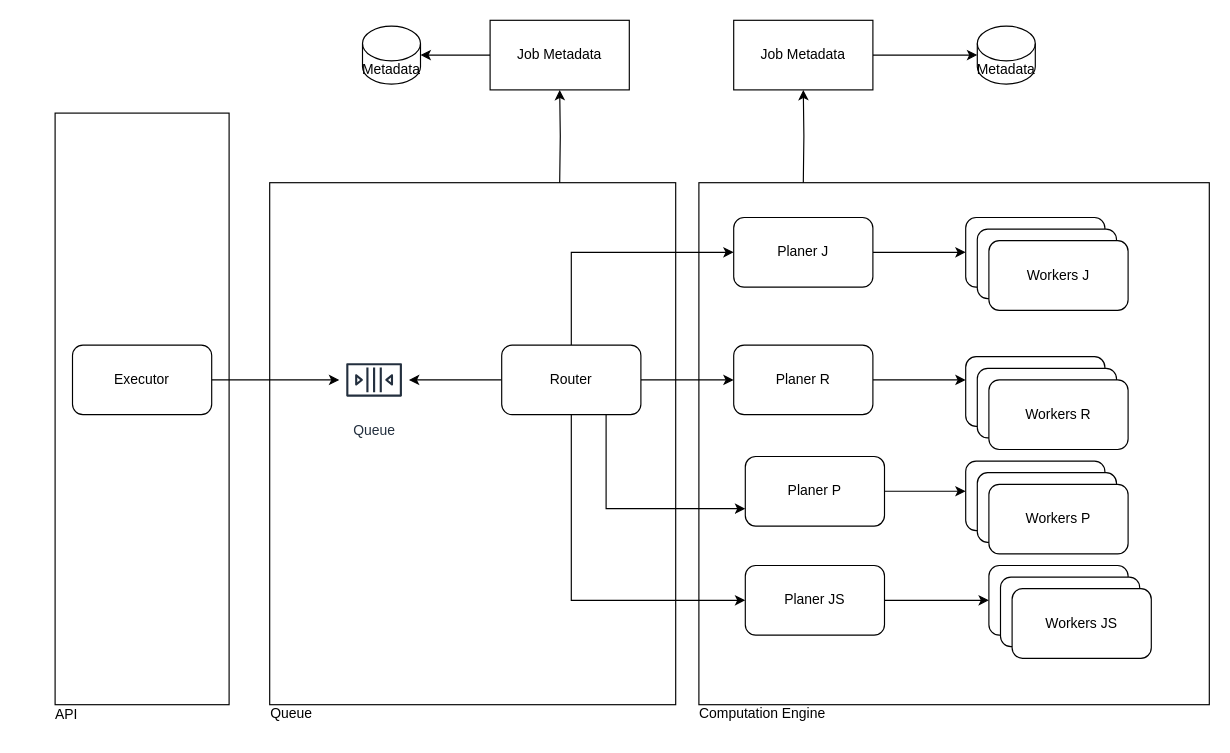
The draw.io diagram page "Page-1" (1 of 2) of docs/Arch.drawio in andrescosta/jobico-fn, before the edit. Source tidied: cells renumbered, new cells numbered last; positions are measured from the earlier drawing's top-left corner, leaving out a move shared by most shapes. Both pictures are drawn from the tidied source at 116%, with x=0, y=0 at pixel (20, 20).
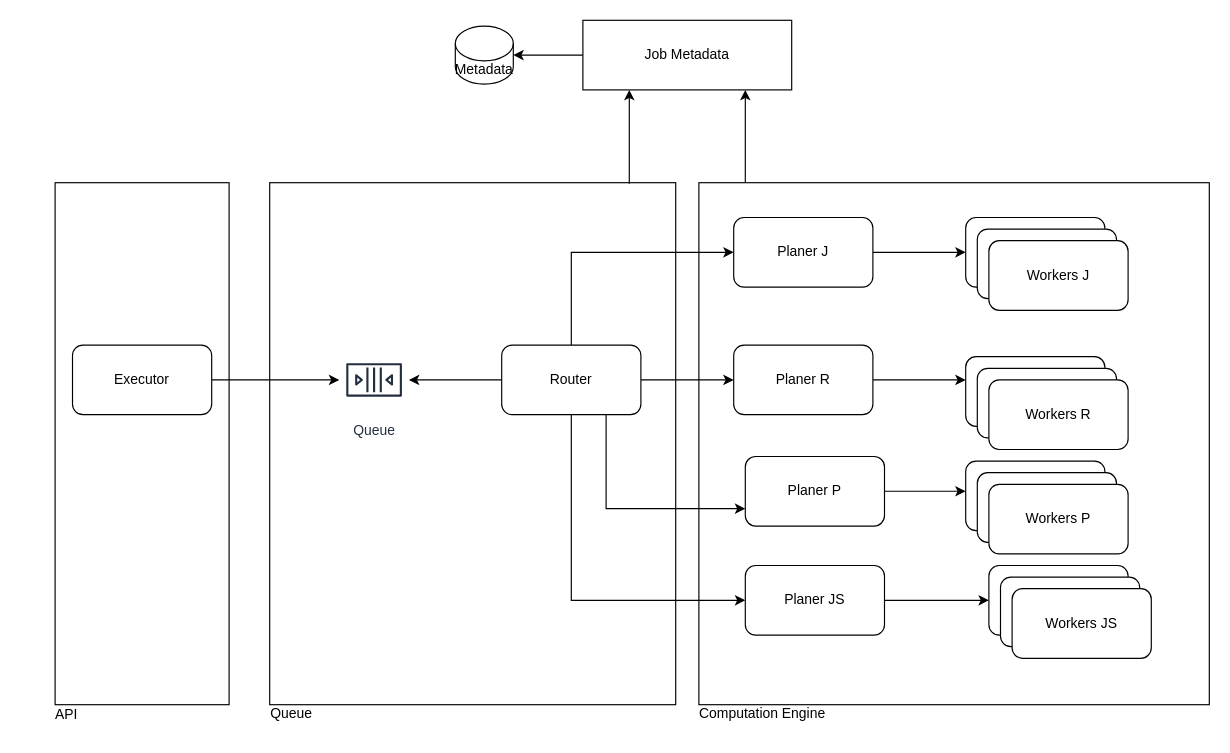
After the change.

Unchanged cells that the change refers to:
```xml
<mxCell id="4" style="rounded=0;whiteSpace=wrap;html=1;" parent="1" vertex="1">
  <mxGeometry x="585" y="140" width="440" height="450" as="geometry" />
</mxCell>
```

The edit, as a diff of the source:
```diff
@@
     <mxCell id="2" style="rounded=0;whiteSpace=wrap;html=1;" parent="1" vertex="1">
-      <mxGeometry x="30" y="80" width="150" height="510" as="geometry" />
+      <mxGeometry x="30" y="140" width="150" height="450" as="geometry" />
     </mxCell>
@@
+    <mxCell id="45" style="edgeStyle=orthogonalEdgeStyle;rounded=0;jettySize=auto;html=1;" parent="1" edge="1" source="4" target="43">
+      <mxGeometry relative="1" as="geometry">
+        <Array as="points">
+          <mxPoint x="625" y="120" />
+          <mxPoint x="625" y="120" />
+        </Array>
+      </mxGeometry>
+    </mxCell>
@@
-    <mxCell id="15" style="edgeStyle=orthogonalEdgeStyle;rounded=0;jettySize=auto;html=1;entryX=0.5;entryY=1;entryDx=0;entryDy=0;" parent="1" edge="1" target="39">
-      <mxGeometry relative="1" as="geometry">
-        <mxPoint x="675" y="140" as="sourcePoint" />
-      </mxGeometry>
-    </mxCell>
@@
-    <mxCell id="38" style="edgeStyle=orthogonalEdgeStyle;rounded=0;jettySize=auto;html=1;" parent="1" edge="1" target="40">
-      <mxGeometry relative="1" as="geometry">
-        <mxPoint x="735" y="30" as="sourcePoint" />
-        <Array as="points">
-          <mxPoint x="755" y="30" />
-          <mxPoint x="755" y="30" />
-        </Array>
-      </mxGeometry>
-    </mxCell>
-    <mxCell id="39" value="Job Metadata" style="rounded=0;whiteSpace=wrap;html=1;" parent="1" vertex="1">
-      <mxGeometry x="615" width="120" height="60" as="geometry" />
-    </mxCell>
-    <mxCell id="40" value="Metadata" style="shape=cylinder3;whiteSpace=wrap;html=1;boundedLbl=1;backgroundOutline=1;size=15;" parent="1" vertex="1">
-      <mxGeometry x="825" y="5" width="50" height="50" as="geometry" />
-    </mxCell>
-    <mxCell id="41" style="edgeStyle=orthogonalEdgeStyle;rounded=0;jettySize=auto;html=1;entryX=0.5;entryY=1;entryDx=0;entryDy=0;" parent="1" edge="1" target="43">
-      <mxGeometry relative="1" as="geometry">
-        <mxPoint x="465" y="140" as="sourcePoint" />
-      </mxGeometry>
-    </mxCell>
@@
     <mxCell id="43" value="Job Metadata" style="rounded=0;whiteSpace=wrap;html=1;" parent="1" vertex="1">
-      <mxGeometry x="405" width="120" height="60" as="geometry" />
+      <mxGeometry x="485" width="180" height="60" as="geometry" />
     </mxCell>
     <mxCell id="44" value="Metadata" style="shape=cylinder3;whiteSpace=wrap;html=1;boundedLbl=1;backgroundOutline=1;size=15;" parent="1" vertex="1">
-      <mxGeometry x="295" y="5" width="50" height="50" as="geometry" />
+      <mxGeometry x="375" y="5" width="50" height="50" as="geometry" />
     </mxCell>
+    <mxCell id="46" style="edgeStyle=orthogonalEdgeStyle;rounded=0;orthogonalLoop=1;jettySize=auto;html=1;entryX=0.389;entryY=0.983;entryDx=0;entryDy=0;entryPerimeter=0;" parent="1" edge="1">
+      <mxGeometry relative="1" as="geometry">
+        <mxPoint x="525" y="141" as="sourcePoint" />
+        <mxPoint x="525" y="60" as="targetPoint" />
+        <Array as="points">
+          <mxPoint x="525" y="131" />
+          <mxPoint x="525" y="131" />
+        </Array>
+      </mxGeometry>
+    </mxCell>
```
